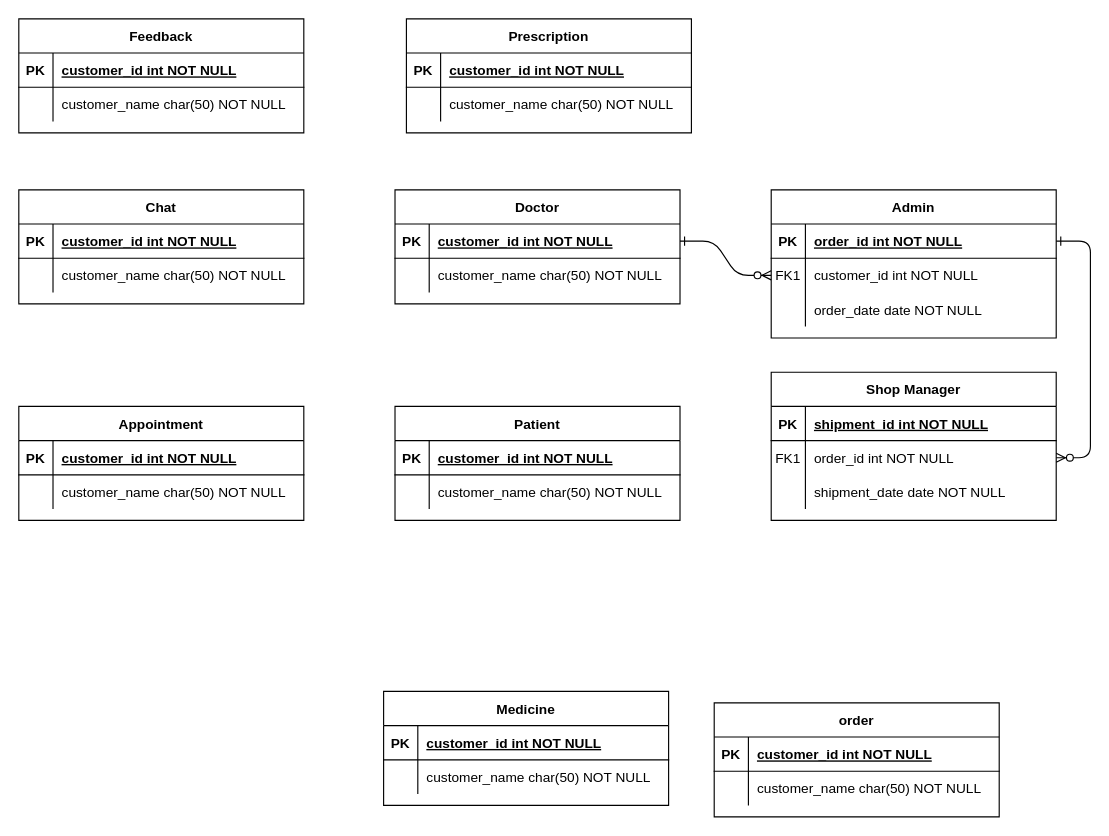
This is ER Diagram.drawio from ProgMahabub21/ABCD, a draw.io file, before an edit. Source tidied: cells renumbered, new cells numbered last; positions are measured from the earlier drawing's top-left corner, leaving out a move shared by most shapes. Both pictures are drawn from the tidied source at 114%, with x=0, y=0 at pixel (18, 18).
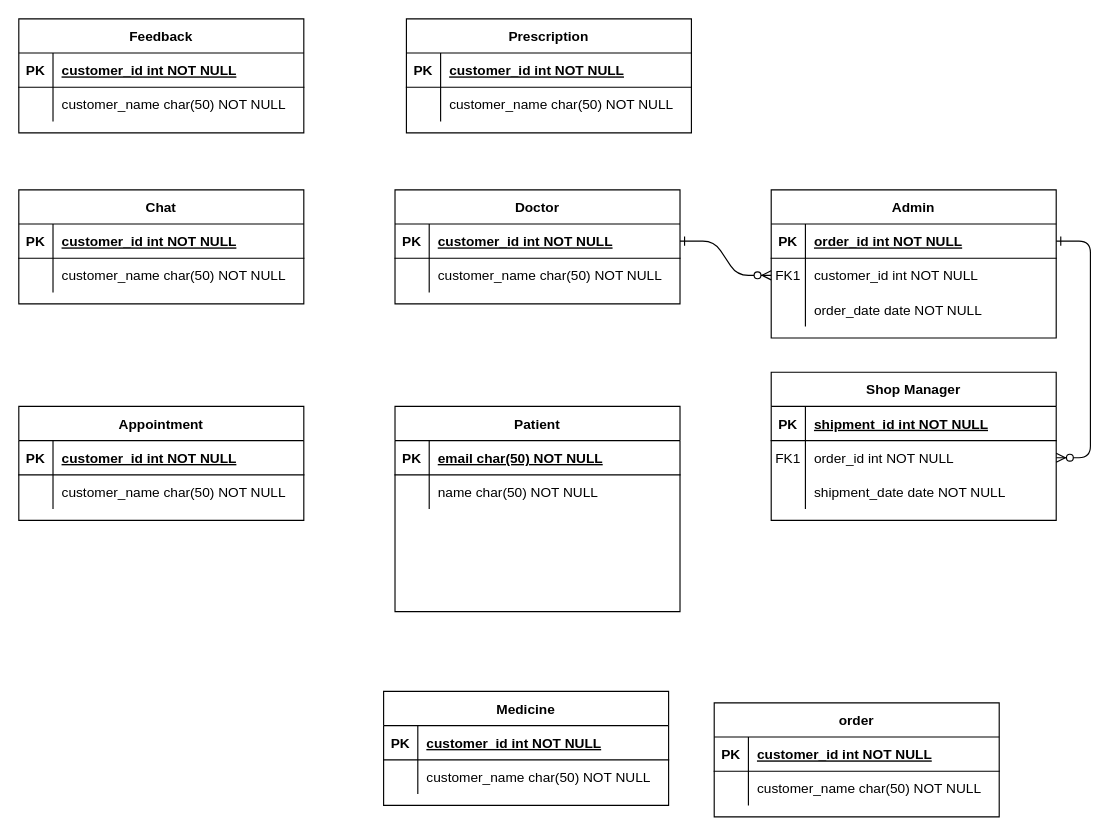
The same diagram, later.

Commit message:
patient-table edited

The change refers to these unchanged cells:
```xml
<mxCell id="32" style="shape=partialRectangle;fillColor=none;top=0;left=0;right=0;bottom=1;" parent="31" vertex="1">
  <mxGeometry y="30" width="250" height="30" as="geometry" />
</mxCell>
<mxCell id="35" style="shape=partialRectangle;fillColor=none;top=0;left=0;right=0;bottom=0;" parent="31" vertex="1">
  <mxGeometry y="60" width="250" height="30" as="geometry" />
</mxCell>
```

What changed in the source:
```diff
@@
     <mxCell id="31" value="Patient" style="shape=table;startSize=30;childLayout=tableLayout;rowLines=0;fontStyle=1;align=center;" parent="1" vertex="1">
-      <mxGeometry x="330" y="340" width="250" height="100" as="geometry" />
+      <mxGeometry x="330" y="340" width="250" height="180" as="geometry" />
     </mxCell>
@@
-    <mxCell id="34" value="customer_id int NOT NULL " style="shape=partialRectangle;overflow=hidden;fillColor=none;top=0;left=0;bottom=0;right=0;align=left;spacingLeft=6;fontStyle=5;" parent="32" vertex="1">
+    <mxCell id="34" value="email char(50) NOT NULL " style="shape=partialRectangle;overflow=hidden;fillColor=none;top=0;left=0;bottom=0;right=0;align=left;spacingLeft=6;fontStyle=5;" parent="32" vertex="1">
       <mxGeometry x="30" width="220" height="30" as="geometry" />
     </mxCell>
@@
-    <mxCell id="37" value="customer_name char(50) NOT NULL" style="shape=partialRectangle;overflow=hidden;fillColor=none;top=0;left=0;bottom=0;right=0;align=left;spacingLeft=6;" parent="35" vertex="1">
+    <mxCell id="37" value="name char(50) NOT NULL" style="shape=partialRectangle;overflow=hidden;fillColor=none;top=0;left=0;bottom=0;right=0;align=left;spacingLeft=6;" parent="35" vertex="1">
       <mxGeometry x="30" width="220" height="30" as="geometry" />
     </mxCell>
```
